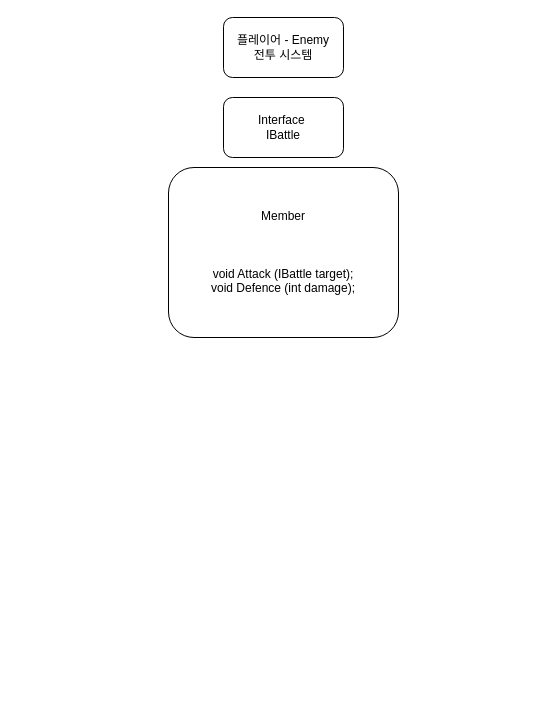
Before: 다이어그램/전투시스템.drawio in steelfs/JY, a draw.io diagram. Source tidied: cells renumbered, new cells numbered last; positions are measured from the earlier drawing's top-left corner, leaving out a move shared by most shapes. Both pictures are drawn from the tidied source at 100%, with x=0, y=0 at pixel (168, 17).
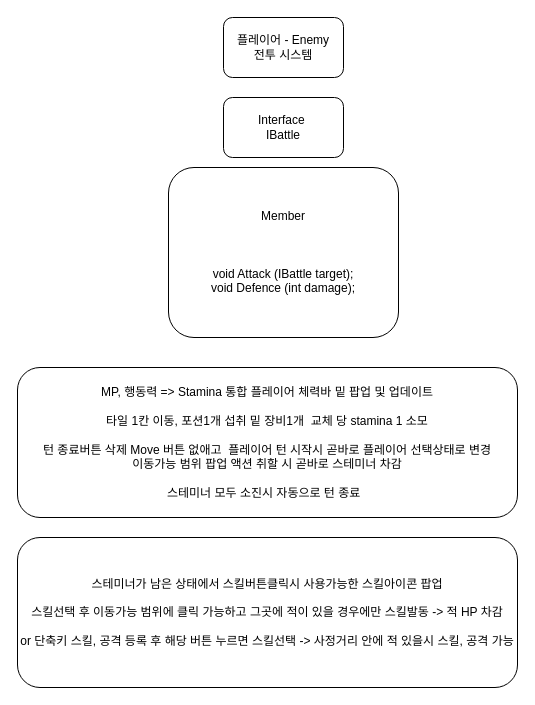
The same page after the edit.

What changed in the source:
```diff
@@
 <mxGraphModel>
   <root>
     <mxCell id="0" />
     <mxCell id="1" parent="0" />
     <mxCell id="2" value="플레이어 - Enemy&lt;br&gt;전투 시스템" style="rounded=1;whiteSpace=wrap;html=1;" parent="1" vertex="1">
       <mxGeometry x="55" width="120" height="60" as="geometry" />
     </mxCell>
     <mxCell id="3" value="Interface&amp;nbsp;&lt;br&gt;IBattle" style="rounded=1;whiteSpace=wrap;html=1;" parent="1" vertex="1">
       <mxGeometry x="55" y="80" width="120" height="60" as="geometry" />
     </mxCell>
     <mxCell id="4" value="Member&lt;br&gt;&lt;br&gt;&lt;br&gt;&lt;br&gt;void Attack (IBattle target);&lt;br&gt;void Defence (int damage);" style="rounded=1;whiteSpace=wrap;html=1;" parent="1" vertex="1">
       <mxGeometry y="150" width="230" height="170" as="geometry" />
     </mxCell>
+    <mxCell id="5" value="MP, 행동력 =&amp;gt; Stamina 통합 플레이어 체력바 밑 팝업 및 업데이트&lt;br&gt;&lt;br&gt;타일 1칸 이동, 포션1개 섭취 밑 장비1개&amp;nbsp; 교체 당 stamina 1 소모&lt;br&gt;&lt;br&gt;턴 종료버튼 삭제 Move 버튼 없애고&amp;nbsp; 플레이어 턴 시작시 곧바로 플레이어 선택상태로 변경&lt;br&gt;이동가능 범위 팝업 액션 취할 시 곧바로 스테미너 차감&lt;br&gt;&lt;br&gt;스테미너 모두 소진시 자동으로 턴 종료&amp;nbsp;&amp;nbsp;" style="rounded=1;whiteSpace=wrap;html=1;" parent="1" vertex="1">
+      <mxGeometry x="-151" y="350" width="500" height="150" as="geometry" />
+    </mxCell>
+    <mxCell id="6" value="스테미너가 남은 상태에서 스킬버튼클릭시 사용가능한 스킬아이콘 팝업&lt;br&gt;&lt;br&gt;스킬선택 후 이동가능 범위에 클릭 가능하고 그곳에 적이 있을 경우에만 스킬발동 -&amp;gt; 적 HP 차감&lt;br&gt;&lt;br&gt;or 단축키 스킬, 공격 등록 후 해당 버튼 누르면 스킬선택 -&amp;gt; 사정거리 안에 적 있을시 스킬, 공격 가능" style="rounded=1;whiteSpace=wrap;html=1;" parent="1" vertex="1">
+      <mxGeometry x="-151" y="520" width="500" height="150" as="geometry" />
+    </mxCell>
   </root>
 </mxGraphModel>
```
